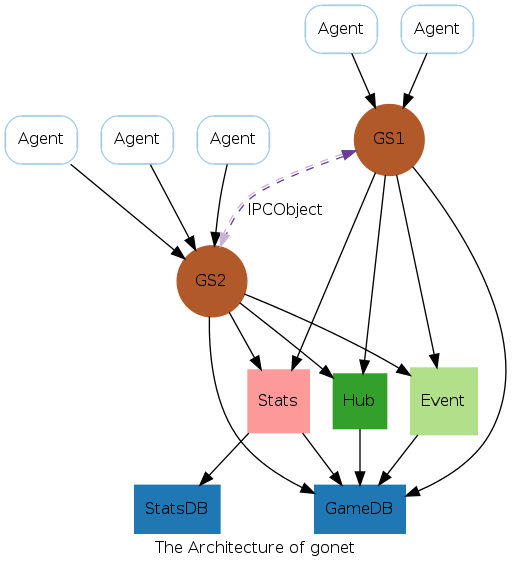
The Graphviz diagram doc/arch.png in xtaci/gonet, before a commit. Its source is kept beside it as doc/arch.dot.
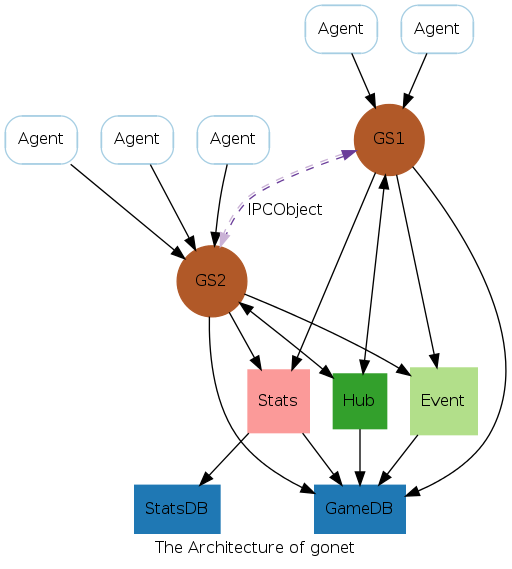
The same file after the commit.

Diff of the diagram source:
```diff
@@ -36,8 +36,8 @@
 		Agent5->GS2;
 	}
 
-	GS1->Hub;
-	GS2->Hub;
+	GS1->Hub [dir=both];
+	GS2->Hub [dir=both];
 	GS1->Event;
 	GS2->Event;
 	GS1->Stats;
```
